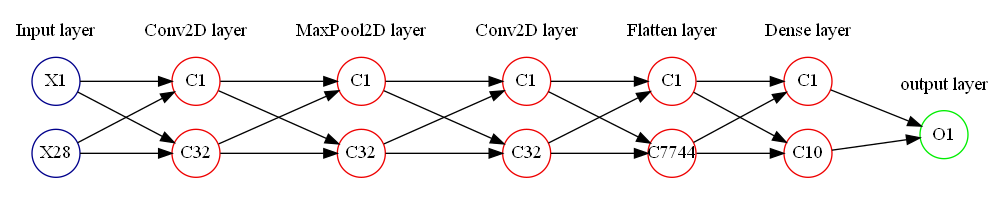
Above: out/Opgaver/L7-opgave/O1/CNN-Model/CNN-Model.png in MariusHBovbjerg/MAL-opgaver (PlantUML), before the change. Its source is kept beside it as Opgaver/L7-opgave/O1/CNN-Model.puml.
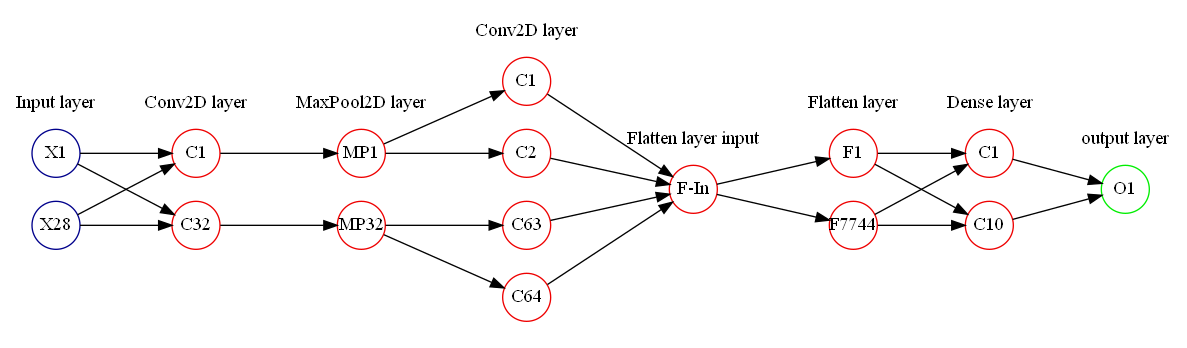
After the commit.

Diff of the diagram source:
```diff
@@ -25,9 +25,9 @@
 
 	subgraph cluster_hidden_maxpool1 {
 		color=white;
-		node [style=solid,color=red2, shape=circle, label="C1"];
+		node [style=solid,color=red2, shape=circle, label="MP1"];
 		b12;
-		node [style=solid,color=red2, shape=circle, label="C32"];
+		node [style=solid,color=red2, shape=circle, label="MP32"];
         b22;
 		label = "MaxPool2D layer";
 	}
@@ -36,16 +36,27 @@
 		color=white;
 		node [style=solid,color=red2, shape=circle, label="C1"];
 		c12;
-		node [style=solid,color=red2, shape=circle, label="C32"];
-        c22;
+		node [style=solid,color=red2, shape=circle, label="C2"];
+		c22;
+		node [style=solid,color=red2, shape=circle, label="C63"];
+        c32;
+		node [style=solid,color=red2, shape=circle, label="C64"];
+        c42;
 		label = "Conv2D layer";
+	}
+
+	subgraph cluster_hidden_flattenInput {
+		color=white;
+		node [style=solid,color=red2, shape=circle, label="F-In"];
+		i12;
+		label = "Flatten layer input";
 	}
 
 	subgraph cluster_hidden_flatten {
 		color=white;
-		node [style=solid,color=red2, shape=circle, label="C1"];
+		node [style=solid,color=red2, shape=circle, label="F1"];
 		d12;
-		node [style=solid,color=red2, shape=circle, label="C7744"];
+		node [style=solid,color=red2, shape=circle, label="F7744"];
         d22;
 		label = "Flatten layer";
 	}
@@ -71,17 +82,17 @@
     xn -> a12;
     xn -> a22;
     a12 -> b12;
-    a12 -> b22;
-    a22 -> b12;
     a22 -> b22;
     b12 -> c12;
     b12 -> c22;
-    b22 -> c12;
-    b22 -> c22;
-    c12 -> d12;
-    c12 -> d22;
-    c22 -> d12;
-    c22 -> d22;
+    b22 -> c32;
+    b22 -> c42;
+    c12 -> i12;
+    c22 -> i12;
+    c32 -> i12;
+    c42 -> i12;
+    i12 -> d12;
+    i12 -> d22;
     d12 -> e12;
     d12 -> e22;
     d22 -> e12;
```
